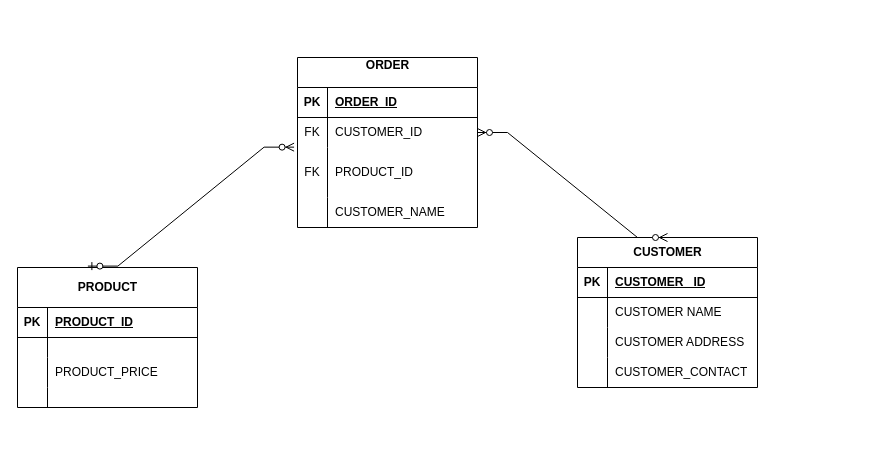
itsjayjayy/draw keeps this draw.io diagram as Untitled Diagram.drawio. Above is the earlier version. Source tidied: cells renumbered, new cells numbered last; positions are measured from the earlier drawing's top-left corner, leaving out a move shared by most shapes. Both pictures are drawn from the tidied source at 100%, with x=0, y=0 at pixel (17, 57).
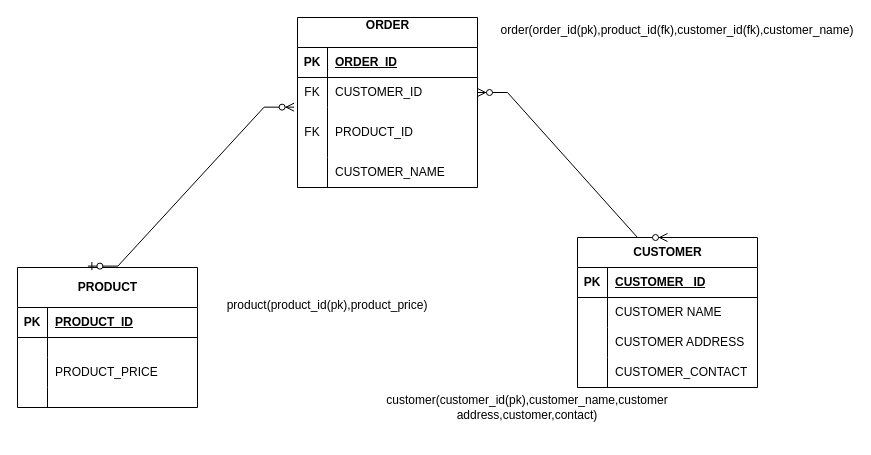
Above is the later version.

Change to the diagram source:
```diff
@@
     <mxCell id="2" value="ORDER&lt;div&gt;&lt;br&gt;&lt;/div&gt;" style="shape=table;startSize=30;childLayout=tableLayout;rowLines=0;fontStyle=1;align=center;html=1;" parent="1" vertex="1">
-      <mxGeometry x="280" width="180" height="170" as="geometry" />
+      <mxGeometry x="280" y="-40" width="180" height="170" as="geometry" />
     </mxCell>
@@
+    <mxCell id="43" value="order(order_id(pk),product_id(fk),customer_id(fk),customer_name)&lt;div&gt;&lt;br&gt;&lt;/div&gt;" style="text;html=1;align=center;verticalAlign=middle;whiteSpace=wrap;rounded=0;" parent="1" vertex="1">
+      <mxGeometry x="600" y="-40" width="120" height="40" as="geometry" />
+    </mxCell>
+    <mxCell id="44" value="product(product_id(pk),product_price)&lt;div&gt;&lt;br&gt;&lt;/div&gt;" style="text;html=1;align=center;verticalAlign=middle;whiteSpace=wrap;rounded=0;" parent="1" vertex="1">
+      <mxGeometry x="280" y="250" width="60" height="10" as="geometry" />
+    </mxCell>
+    <mxCell id="45" value="customer(customer_id(pk),customer_name,customer address,customer,contact)" style="text;html=1;align=center;verticalAlign=middle;whiteSpace=wrap;rounded=0;" parent="1" vertex="1">
+      <mxGeometry x="480" y="320" width="60" height="60" as="geometry" />
+    </mxCell>
```
